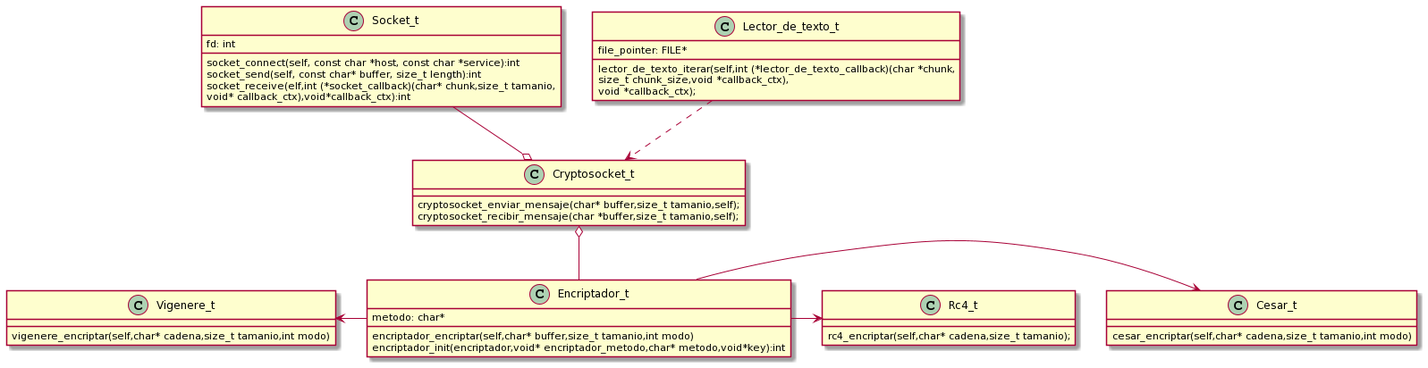
The PlantUML diagram clasesTP1.png in solfonte/Crypto-Sockets, before a commit.
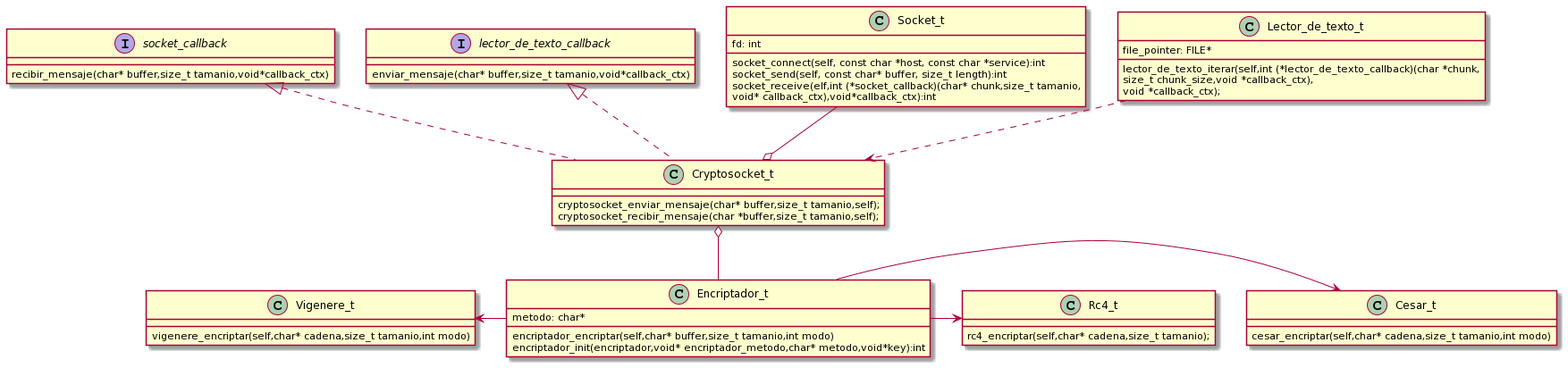
The same file after the commit.

Commit message:
cambio el diagrama

What changed in the source:
```diff
@@ -4,7 +4,12 @@
   {method} encriptador_encriptar(self,char* buffer,size_t tamanio,int modo)
   {method} encriptador_init(encriptador,void* encriptador_metodo,char* metodo,void*key):int
 }
-class Cryptosocket_t{
+
+interface socket_callback{
+{method} recibir_mensaje(char* buffer,size_t tamanio,void*callback_ctx)
+}
+
+class Cryptosocket_t implements socket_callback,lector_de_texto_callback{
   {method} cryptosocket_enviar_mensaje(char* buffer,size_t tamanio,self);
   {method} cryptosocket_recibir_mensaje(char *buffer,size_t tamanio,self);
 }
@@ -23,6 +28,10 @@
                           void *callback_ctx);
 
 }
+interface lector_de_texto_callback{
+{method} enviar_mensaje(char* buffer,size_t tamanio,void*callback_ctx)
+}
+
 
 Lector_de_texto_t -[dashed]-> Cryptosocket_t
 Socket_t --o Cryptosocket_t
@@ -39,7 +48,6 @@
 {method} rc4_encriptar(self,char* cadena,size_t tamanio);
 }
 
-
 Cryptosocket_t o-- Encriptador_t
 
 Encriptador_t -> Cesar_t
```
